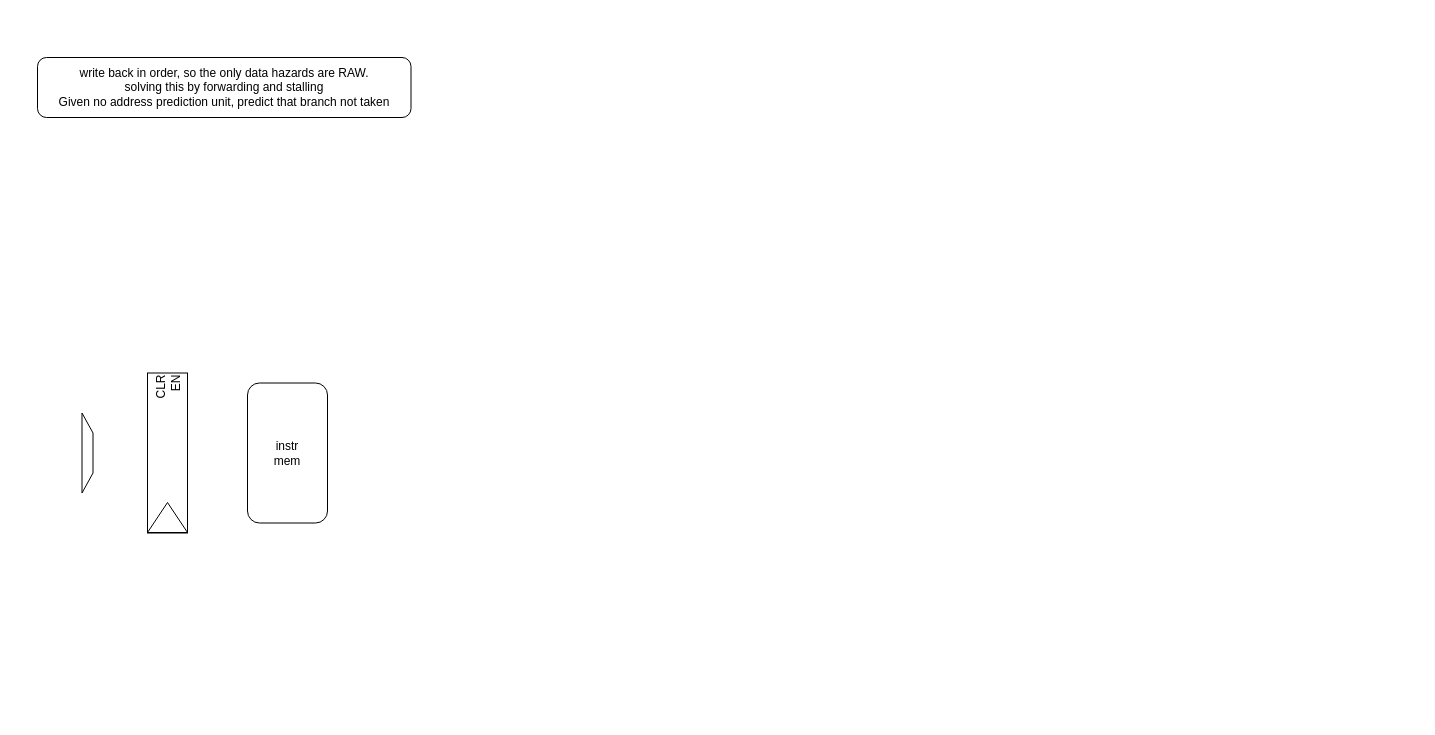
Above: Schematic.drawio in kanosukii/rvcore_5stages (draw.io), before the change. Source tidied: cells renumbered, new cells numbered last; positions are measured from the earlier drawing's top-left corner, leaving out a move shared by most shapes. Both pictures are drawn from the tidied source at 100%, with x=0, y=0 at pixel (37, 57).
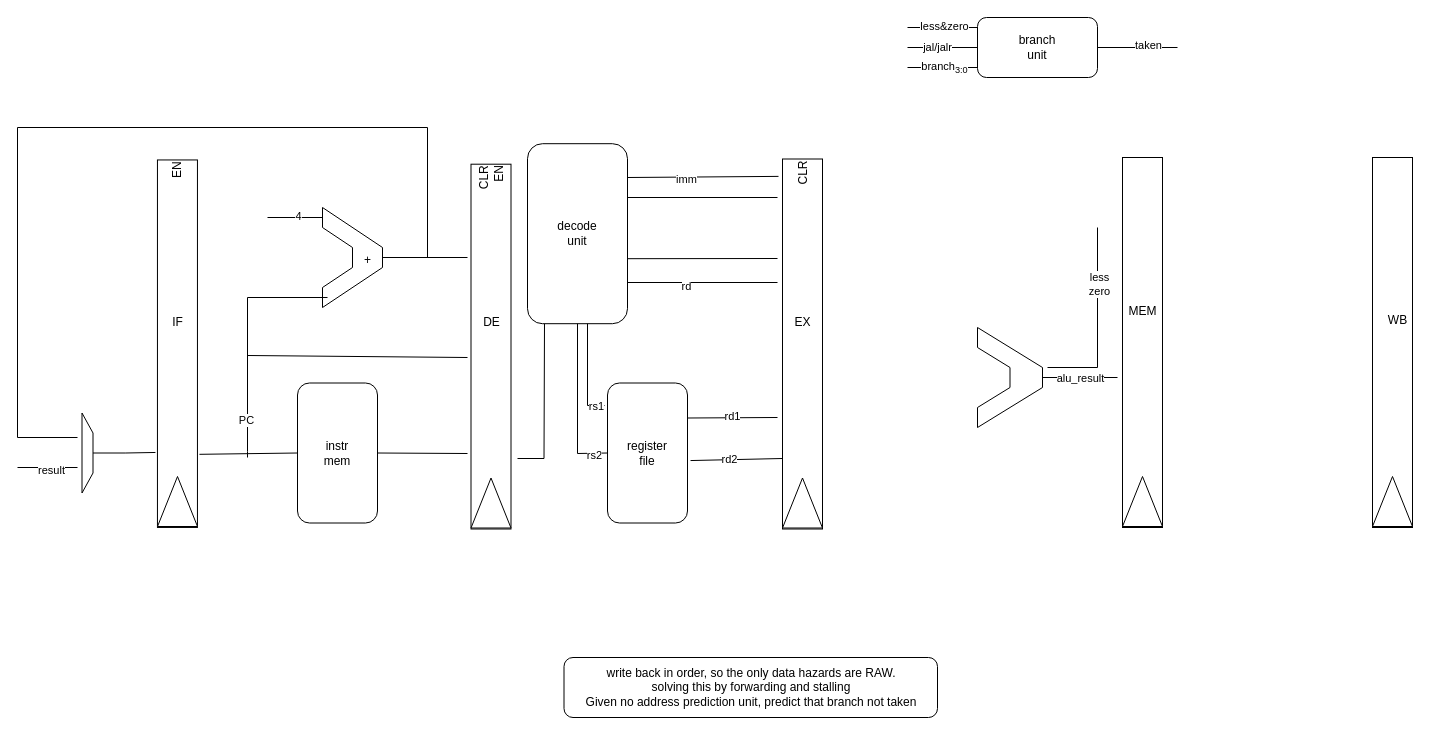
After the change.

The change refers to these unchanged cells:
```xml
<mxCell id="4" style="shape=trapezoid;perimeter=trapezoidPerimeter;whiteSpace=wrap;html=1;fixedSize=1;rotation=90;" parent="1" vertex="1">
  <mxGeometry x="10" y="390" width="80" height="11" as="geometry" />
</mxCell>
```

Change to the diagram source:
```diff
@@
     <mxCell id="2" value="write back in order, so the only data hazards are RAW.&lt;div&gt;solving this by forwarding and stalling&lt;/div&gt;&lt;div&gt;Given no address prediction unit, predict that branch not taken&lt;/div&gt;" style="rounded=1;whiteSpace=wrap;html=1;" parent="1" vertex="1">
-      <mxGeometry width="373.5" height="60" as="geometry" />
+      <mxGeometry x="526.5" y="600" width="373.5" height="60" as="geometry" />
     </mxCell>
     <mxCell id="3" value="instr&lt;div&gt;mem&lt;/div&gt;" style="rounded=1;whiteSpace=wrap;html=1;" parent="1" vertex="1">
-      <mxGeometry x="210" y="325.5" width="80" height="140" as="geometry" />
+      <mxGeometry x="260" y="325.5" width="80" height="140" as="geometry" />
     </mxCell>
@@
+    <mxCell id="7" value="&lt;div&gt;EN&lt;/div&gt;" style="rounded=0;whiteSpace=wrap;html=1;rotation=-90;align=right;" parent="1" vertex="1">
+      <mxGeometry x="-43.8" y="266.2" width="367.5" height="40" as="geometry" />
+    </mxCell>
+    <mxCell id="8" style="triangle;whiteSpace=wrap;html=1;rotation=-90;" parent="1" vertex="1">
+      <mxGeometry x="115" y="424" width="50" height="40" as="geometry" />
+    </mxCell>
-    <mxCell id="5" value="CLR&lt;div&gt;EN&lt;/div&gt;" style="rounded=0;whiteSpace=wrap;html=1;rotation=-90;align=right;" parent="1" vertex="1">
-      <mxGeometry x="50" y="375.5" width="160" height="40" as="geometry" />
+    <mxCell id="5" value="&lt;div&gt;CLR&lt;/div&gt;&lt;div&gt;EN&lt;/div&gt;" style="rounded=0;whiteSpace=wrap;html=1;rotation=-90;align=right;" parent="1" vertex="1">
+      <mxGeometry x="271.1" y="269.1" width="364.8" height="40" as="geometry" />
     </mxCell>
-    <mxCell id="6" style="triangle;whiteSpace=wrap;html=1;rotation=-90;" parent="1" vertex="1">
-      <mxGeometry x="115" y="440" width="30" height="40" as="geometry" />
-    </mxCell>
+    <mxCell id="9" style="triangle;whiteSpace=wrap;html=1;rotation=-90;" parent="1" vertex="1">
+      <mxGeometry x="428.5" y="425.5" width="50" height="40" as="geometry" />
+    </mxCell>
+    <mxCell id="10" value="&lt;div&gt;CLR&lt;/div&gt;" style="rounded=0;whiteSpace=wrap;html=1;rotation=-90;align=right;" parent="1" vertex="1">
+      <mxGeometry x="580" y="266.5" width="370" height="40" as="geometry" />
+    </mxCell>
+    <mxCell id="11" style="triangle;whiteSpace=wrap;html=1;rotation=-90;" parent="1" vertex="1">
+      <mxGeometry x="740" y="425.5" width="50" height="40" as="geometry" />
+    </mxCell>
+    <mxCell id="12" style="rounded=0;whiteSpace=wrap;html=1;rotation=-90;align=right;" parent="1" vertex="1">
+      <mxGeometry x="920" y="265" width="370" height="40" as="geometry" />
+    </mxCell>
+    <mxCell id="13" style="triangle;whiteSpace=wrap;html=1;rotation=-90;" parent="1" vertex="1">
+      <mxGeometry x="1080" y="424" width="50" height="40" as="geometry" />
+    </mxCell>
+    <mxCell id="14" style="rounded=0;whiteSpace=wrap;html=1;rotation=-90;align=right;" parent="1" vertex="1">
+      <mxGeometry x="1170" y="265" width="370" height="40" as="geometry" />
+    </mxCell>
+    <mxCell id="15" style="triangle;whiteSpace=wrap;html=1;rotation=-90;" parent="1" vertex="1">
+      <mxGeometry x="1330" y="424" width="50" height="40" as="geometry" />
+    </mxCell>
+    <mxCell id="16" value="IF" style="text;html=1;align=center;verticalAlign=middle;strokeColor=none;fillColor=none;" parent="1" vertex="1">
+      <mxGeometry x="125" y="250" width="30" height="30" as="geometry" />
+    </mxCell>
+    <mxCell id="17" value="DE" style="text;html=1;align=center;verticalAlign=middle;strokeColor=none;fillColor=none;" parent="1" vertex="1">
+      <mxGeometry x="433.5" y="250" width="40" height="30" as="geometry" />
+    </mxCell>
+    <mxCell id="18" value="EX" style="text;html=1;align=center;verticalAlign=middle;strokeColor=none;fillColor=none;" parent="1" vertex="1">
+      <mxGeometry x="745" y="249.5" width="40" height="30" as="geometry" />
+    </mxCell>
+    <mxCell id="19" value="MEM" style="text;html=1;align=center;verticalAlign=middle;strokeColor=none;fillColor=none;" parent="1" vertex="1">
+      <mxGeometry x="1080" y="239.1" width="50" height="30" as="geometry" />
+    </mxCell>
+    <mxCell id="20" value="WB" style="text;html=1;align=center;verticalAlign=middle;strokeColor=none;fillColor=none;" parent="1" vertex="1">
+      <mxGeometry x="1340" y="248" width="40" height="30" as="geometry" />
+    </mxCell>
+    <mxCell id="21" style="edgeStyle=orthogonalEdgeStyle;rounded=0;jettySize=auto;html=1;exitX=0.5;exitY=0;exitDx=0;exitDy=0;entryX=0.204;entryY=-0.05;entryDx=0;entryDy=0;entryPerimeter=0;endArrow=none;startFill=0;" parent="1" edge="1" source="4" target="7">
+      <mxGeometry relative="1" as="geometry" />
+    </mxCell>
+    <mxCell id="22" style="endArrow=none;html=1;rounded=0;exitX=0.199;exitY=1.05;exitDx=0;exitDy=0;exitPerimeter=0;entryX=0;entryY=0.5;entryDx=0;entryDy=0;" parent="1" edge="1" source="7" target="3">
+      <mxGeometry relative="1" as="geometry" />
+    </mxCell>
+    <mxCell id="23" style="endArrow=none;html=1;rounded=0;" parent="1" edge="1">
+      <mxGeometry relative="1" as="geometry">
+        <mxPoint x="210" y="394" as="sourcePoint" />
+        <mxPoint x="290" y="240" as="targetPoint" />
+        <Array as="points">
+          <mxPoint x="210" y="240" />
+        </Array>
+      </mxGeometry>
+    </mxCell>
+    <mxCell id="24" value="PC" style="edgeLabel;html=1;align=center;verticalAlign=middle;" parent="23" vertex="1">
+      <mxGeometry x="-0.73" y="2" relative="1" as="geometry" />
+    </mxCell>
+    <mxCell id="25" style="endArrow=none;html=1;rounded=0;" parent="1" edge="1">
+      <mxGeometry relative="1" as="geometry">
+        <mxPoint x="210" y="400" as="sourcePoint" />
+        <mxPoint x="210" y="394" as="targetPoint" />
+      </mxGeometry>
+    </mxCell>
+    <mxCell id="26" style="group;" parent="1" vertex="1">
+      <mxGeometry x="285" y="150" width="60" height="100" as="geometry" />
+    </mxCell>
+    <mxCell id="27" style="endArrow=none;html=1;rounded=0;" parent="26" edge="1">
+      <mxGeometry relative="1" as="geometry">
+        <mxPoint x="30" y="40" as="sourcePoint" />
+        <mxPoint x="60" y="40" as="targetPoint" />
+        <Array as="points">
+          <mxPoint y="20" />
+          <mxPoint />
+        </Array>
+      </mxGeometry>
+    </mxCell>
+    <mxCell id="28" style="endArrow=none;html=1;rounded=0;" parent="26" edge="1">
+      <mxGeometry relative="1" as="geometry">
+        <mxPoint x="30" y="60" as="sourcePoint" />
+        <mxPoint x="60" y="60" as="targetPoint" />
+        <Array as="points">
+          <mxPoint y="80" />
+          <mxPoint y="100" />
+        </Array>
+      </mxGeometry>
+    </mxCell>
+    <mxCell id="29" style="endArrow=none;html=1;rounded=0;" parent="26" edge="1">
+      <mxGeometry relative="1" as="geometry">
+        <mxPoint x="60" y="60" as="sourcePoint" />
+        <mxPoint x="60" y="40" as="targetPoint" />
+      </mxGeometry>
+    </mxCell>
+    <mxCell id="30" style="endArrow=none;html=1;rounded=0;" parent="26" edge="1">
+      <mxGeometry relative="1" as="geometry">
+        <mxPoint x="30" y="60" as="sourcePoint" />
+        <mxPoint x="30" y="40" as="targetPoint" />
+      </mxGeometry>
+    </mxCell>
+    <mxCell id="31" style="group;" parent="1" vertex="1">
+      <mxGeometry x="940" y="270" width="65" height="100" as="geometry" />
+    </mxCell>
+    <mxCell id="32" style="endArrow=none;html=1;rounded=0;" parent="31" edge="1">
+      <mxGeometry relative="1" as="geometry">
+        <mxPoint x="32.5" y="40" as="sourcePoint" />
+        <mxPoint x="65" y="40" as="targetPoint" />
+        <Array as="points">
+          <mxPoint y="20" />
+          <mxPoint />
+        </Array>
+      </mxGeometry>
+    </mxCell>
+    <mxCell id="33" style="endArrow=none;html=1;rounded=0;" parent="31" edge="1">
+      <mxGeometry relative="1" as="geometry">
+        <mxPoint x="32.5" y="60" as="sourcePoint" />
+        <mxPoint x="65" y="60" as="targetPoint" />
+        <Array as="points">
+          <mxPoint y="80" />
+          <mxPoint y="100" />
+        </Array>
+      </mxGeometry>
+    </mxCell>
+    <mxCell id="34" style="endArrow=none;html=1;rounded=0;" parent="31" edge="1">
+      <mxGeometry relative="1" as="geometry">
+        <mxPoint x="65" y="60" as="sourcePoint" />
+        <mxPoint x="65" y="40" as="targetPoint" />
+      </mxGeometry>
+    </mxCell>
+    <mxCell id="35" style="endArrow=none;html=1;rounded=0;" parent="31" edge="1">
+      <mxGeometry relative="1" as="geometry">
+        <mxPoint x="32.5" y="60" as="sourcePoint" />
+        <mxPoint x="32.5" y="40" as="targetPoint" />
+      </mxGeometry>
+    </mxCell>
+    <mxCell id="36" style="endArrow=none;html=1;rounded=0;" parent="31" edge="1">
+      <mxGeometry relative="1" as="geometry">
+        <mxPoint x="65" y="50" as="sourcePoint" />
+        <mxPoint x="140" y="50" as="targetPoint" />
+      </mxGeometry>
+    </mxCell>
+    <mxCell id="37" value="alu_result" style="edgeLabel;html=1;align=center;verticalAlign=middle;" parent="36" vertex="1">
+      <mxGeometry x="-0.44" relative="1" as="geometry">
+        <mxPoint x="16" as="offset" />
+      </mxGeometry>
+    </mxCell>
+    <mxCell id="38" style="endArrow=none;html=1;rounded=0;" parent="31" edge="1">
+      <mxGeometry relative="1" as="geometry">
+        <mxPoint x="70" y="40" as="sourcePoint" />
+        <mxPoint x="120" y="-100" as="targetPoint" />
+        <Array as="points">
+          <mxPoint x="120" y="40" />
+        </Array>
+      </mxGeometry>
+    </mxCell>
+    <mxCell id="39" value="less&lt;div&gt;zero&lt;/div&gt;" style="edgeLabel;html=1;align=center;verticalAlign=middle;" parent="38" vertex="1">
+      <mxGeometry x="0.41" y="-1" relative="1" as="geometry" />
+    </mxCell>
+    <mxCell id="40" style="endArrow=none;html=1;rounded=0;" parent="1" edge="1">
+      <mxGeometry relative="1" as="geometry">
+        <mxPoint x="230" y="160" as="sourcePoint" />
+        <mxPoint x="285" y="160" as="targetPoint" />
+      </mxGeometry>
+    </mxCell>
+    <mxCell id="41" value="4" style="edgeLabel;html=1;align=center;verticalAlign=middle;" parent="40" vertex="1">
+      <mxGeometry x="0.09" y="2" relative="1" as="geometry" />
+    </mxCell>
+    <mxCell id="42" style="endArrow=none;html=1;rounded=0;" parent="1" edge="1">
+      <mxGeometry relative="1" as="geometry">
+        <mxPoint x="345" y="200" as="sourcePoint" />
+        <mxPoint x="430" y="200" as="targetPoint" />
+      </mxGeometry>
+    </mxCell>
+    <mxCell id="43" style="endArrow=none;html=1;rounded=0;" parent="1" edge="1">
+      <mxGeometry relative="1" as="geometry">
+        <mxPoint x="210" y="298" as="sourcePoint" />
+        <mxPoint x="430" y="300" as="targetPoint" />
+      </mxGeometry>
+    </mxCell>
+    <mxCell id="44" value="+" style="text;html=1;align=center;verticalAlign=middle;strokeColor=none;fillColor=none;" parent="1" vertex="1">
+      <mxGeometry x="315" y="188" width="30" height="30" as="geometry" />
+    </mxCell>
+    <mxCell id="45" style="endArrow=none;html=1;rounded=0;" parent="1" edge="1">
+      <mxGeometry relative="1" as="geometry">
+        <mxPoint x="-20" y="380" as="sourcePoint" />
+        <mxPoint x="40" y="380" as="targetPoint" />
+      </mxGeometry>
+    </mxCell>
+    <mxCell id="46" style="endArrow=none;html=1;rounded=0;" parent="1" edge="1">
+      <mxGeometry relative="1" as="geometry">
+        <mxPoint x="-20" y="410" as="sourcePoint" />
+        <mxPoint x="40" y="410" as="targetPoint" />
+      </mxGeometry>
+    </mxCell>
+    <mxCell id="47" value="result" style="edgeLabel;html=1;align=center;verticalAlign=middle;" parent="46" vertex="1">
+      <mxGeometry x="0.1" y="-2" relative="1" as="geometry" />
+    </mxCell>
+    <mxCell id="48" style="endArrow=none;html=1;rounded=0;" parent="1" edge="1">
+      <mxGeometry relative="1" as="geometry">
+        <mxPoint x="-20" y="380" as="sourcePoint" />
+        <mxPoint x="390" y="200" as="targetPoint" />
+        <Array as="points">
+          <mxPoint x="-20" y="70" />
+          <mxPoint x="390" y="70" />
+        </Array>
+      </mxGeometry>
+    </mxCell>
+    <mxCell id="49" style="endArrow=none;html=1;rounded=0;exitX=1;exitY=0.5;exitDx=0;exitDy=0;" parent="1" edge="1" source="3">
+      <mxGeometry relative="1" as="geometry">
+        <mxPoint x="430" y="396" as="targetPoint" />
+      </mxGeometry>
+    </mxCell>
+    <mxCell id="50" value="register&lt;div&gt;file&lt;/div&gt;" style="rounded=1;whiteSpace=wrap;html=1;" parent="1" vertex="1">
+      <mxGeometry x="570" y="325.5" width="80" height="140" as="geometry" />
+    </mxCell>
+    <mxCell id="51" style="endArrow=none;html=1;rounded=0;exitX=1;exitY=0.25;exitDx=0;exitDy=0;" parent="1" edge="1" source="50">
+      <mxGeometry relative="1" as="geometry">
+        <mxPoint x="740" y="360" as="targetPoint" />
+      </mxGeometry>
+    </mxCell>
+    <mxCell id="52" value="rd1" style="edgeLabel;html=1;align=center;verticalAlign=middle;" parent="51" vertex="1">
+      <mxGeometry y="2" relative="1" as="geometry" />
+    </mxCell>
+    <mxCell id="53" style="endArrow=none;html=1;rounded=0;exitX=1.038;exitY=0.554;exitDx=0;exitDy=0;exitPerimeter=0;" parent="1" edge="1" source="50">
+      <mxGeometry relative="1" as="geometry">
+        <mxPoint x="745" y="401" as="targetPoint" />
+      </mxGeometry>
+    </mxCell>
+    <mxCell id="54" value="rd2" style="edgeLabel;html=1;align=center;verticalAlign=middle;" parent="53" vertex="1">
+      <mxGeometry x="-0.17" y="1" relative="1" as="geometry" />
+    </mxCell>
+    <mxCell id="55" style="endArrow=none;html=1;rounded=0;entryX=0.17;entryY=0.993;entryDx=0;entryDy=0;entryPerimeter=0;" parent="1" edge="1" target="56">
+      <mxGeometry relative="1" as="geometry">
+        <mxPoint x="480" y="401" as="sourcePoint" />
+        <Array as="points">
+          <mxPoint x="506.5" y="401" />
+        </Array>
+      </mxGeometry>
+    </mxCell>
+    <mxCell id="56" value="decode&lt;div&gt;unit&lt;/div&gt;" style="rounded=1;whiteSpace=wrap;html=1;" parent="1" vertex="1">
+      <mxGeometry x="490" y="86.2" width="100" height="180" as="geometry" />
+    </mxCell>
+    <mxCell id="57" style="endArrow=none;html=1;rounded=0;exitX=-0.037;exitY=0.161;exitDx=0;exitDy=0;exitPerimeter=0;" parent="1" edge="1" source="50">
+      <mxGeometry relative="1" as="geometry">
+        <mxPoint x="550" y="266.2" as="targetPoint" />
+        <Array as="points">
+          <mxPoint x="550" y="348" />
+        </Array>
+      </mxGeometry>
+    </mxCell>
+    <mxCell id="58" value="rs1" style="edgeLabel;html=1;align=center;verticalAlign=middle;" parent="57" vertex="1">
+      <mxGeometry x="-0.82" relative="1" as="geometry" />
+    </mxCell>
+    <mxCell id="59" style="endArrow=none;html=1;rounded=0;entryX=0.5;entryY=1;entryDx=0;entryDy=0;exitX=0;exitY=0.5;exitDx=0;exitDy=0;" parent="1" edge="1" source="50" target="56">
+      <mxGeometry relative="1" as="geometry">
+        <Array as="points">
+          <mxPoint x="540" y="396" />
+        </Array>
+      </mxGeometry>
+    </mxCell>
+    <mxCell id="60" value="rs2" style="edgeLabel;html=1;align=center;verticalAlign=middle;" parent="59" vertex="1">
+      <mxGeometry x="-0.82" y="2" relative="1" as="geometry" />
+    </mxCell>
+    <mxCell id="61" style="endArrow=none;html=1;rounded=0;" parent="1" edge="1">
+      <mxGeometry relative="1" as="geometry">
+        <mxPoint x="590" y="225" as="sourcePoint" />
+        <mxPoint x="740" y="225" as="targetPoint" />
+      </mxGeometry>
+    </mxCell>
+    <mxCell id="62" value="rd" style="edgeLabel;html=1;align=center;verticalAlign=middle;" parent="61" vertex="1">
+      <mxGeometry x="-0.23" y="-3" relative="1" as="geometry" />
+    </mxCell>
+    <mxCell id="63" style="endArrow=none;html=1;rounded=0;" parent="1" edge="1">
+      <mxGeometry relative="1" as="geometry">
+        <mxPoint x="590" y="201.2" as="sourcePoint" />
+        <mxPoint x="740" y="201" as="targetPoint" />
+      </mxGeometry>
+    </mxCell>
+    <mxCell id="64" style="endArrow=none;html=1;rounded=0;entryX=0.953;entryY=-0.1;entryDx=0;entryDy=0;entryPerimeter=0;" parent="1" edge="1" target="10">
+      <mxGeometry relative="1" as="geometry">
+        <mxPoint x="590" y="120" as="sourcePoint" />
+      </mxGeometry>
+    </mxCell>
+    <mxCell id="65" value="imm" style="edgeLabel;html=1;align=center;verticalAlign=middle;" parent="64" vertex="1">
+      <mxGeometry x="-0.23" y="-2" relative="1" as="geometry" />
+    </mxCell>
+    <mxCell id="66" style="endArrow=none;html=1;rounded=0;" parent="1" edge="1">
+      <mxGeometry relative="1" as="geometry">
+        <mxPoint x="590" y="140" as="sourcePoint" />
+        <mxPoint x="740" y="140" as="targetPoint" />
+      </mxGeometry>
+    </mxCell>
+    <mxCell id="67" value="branch&lt;div&gt;unit&lt;/div&gt;" style="rounded=1;whiteSpace=wrap;html=1;" parent="1" vertex="1">
+      <mxGeometry x="940" y="-40" width="120" height="60" as="geometry" />
+    </mxCell>
+    <mxCell id="68" style="endArrow=none;html=1;rounded=0;" parent="1" edge="1">
+      <mxGeometry relative="1" as="geometry">
+        <mxPoint x="870" y="-30" as="sourcePoint" />
+        <mxPoint x="940" y="-30" as="targetPoint" />
+      </mxGeometry>
+    </mxCell>
+    <mxCell id="69" value="less&amp;amp;zero" style="edgeLabel;html=1;align=center;verticalAlign=middle;" parent="68" vertex="1">
+      <mxGeometry x="0.03" y="2" relative="1" as="geometry" />
+    </mxCell>
+    <mxCell id="70" style="endArrow=none;html=1;rounded=0;" parent="1" edge="1">
+      <mxGeometry relative="1" as="geometry">
+        <mxPoint x="870" y="10" as="sourcePoint" />
+        <mxPoint x="940" y="10" as="targetPoint" />
+      </mxGeometry>
+    </mxCell>
+    <mxCell id="71" value="branch&lt;sub&gt;3:0&lt;/sub&gt;" style="edgeLabel;html=1;align=center;verticalAlign=middle;" parent="70" vertex="1">
+      <mxGeometry x="-0.29" relative="1" as="geometry">
+        <mxPoint x="11" as="offset" />
+      </mxGeometry>
+    </mxCell>
+    <mxCell id="72" style="endArrow=none;html=1;rounded=0;" parent="1" edge="1">
+      <mxGeometry relative="1" as="geometry">
+        <mxPoint x="1060" y="-10" as="sourcePoint" />
+        <mxPoint x="1140" y="-10" as="targetPoint" />
+      </mxGeometry>
+    </mxCell>
+    <mxCell id="73" value="taken" style="edgeLabel;html=1;align=center;verticalAlign=middle;" parent="72" vertex="1">
+      <mxGeometry x="0.25" y="3" relative="1" as="geometry" />
+    </mxCell>
+    <mxCell id="74" style="endArrow=none;html=1;rounded=0;" parent="1" edge="1">
+      <mxGeometry relative="1" as="geometry">
+        <mxPoint x="870" y="-10" as="sourcePoint" />
+        <mxPoint x="940" y="-10" as="targetPoint" />
+      </mxGeometry>
+    </mxCell>
+    <mxCell id="75" value="jal/jalr" style="edgeLabel;html=1;align=center;verticalAlign=middle;" parent="74" vertex="1">
+      <mxGeometry x="-0.17" y="1" relative="1" as="geometry" />
+    </mxCell>
```
